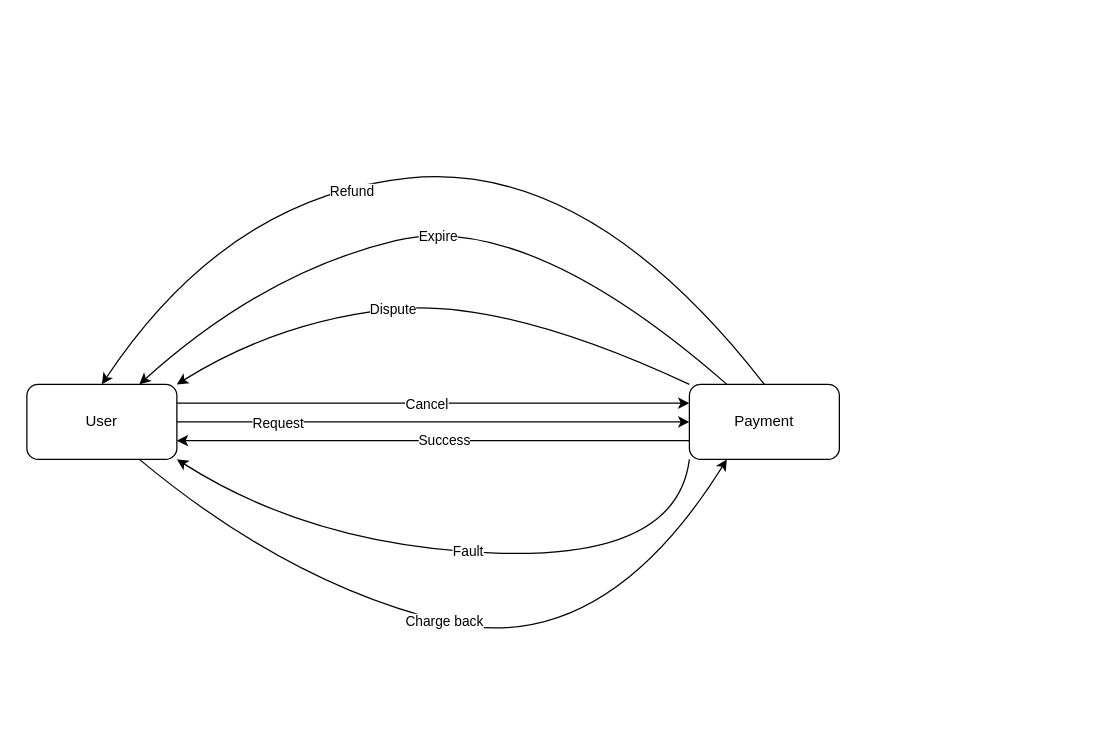
Earlier version of the draw.io diagram payment.drawio (ntrong2009/diagrams). Source tidied: cells renumbered, new cells numbered last; positions are measured from the earlier drawing's top-left corner, leaving out a move shared by most shapes. Both pictures are drawn from the tidied source at 125%, with x=0, y=0 at pixel (26, 159).
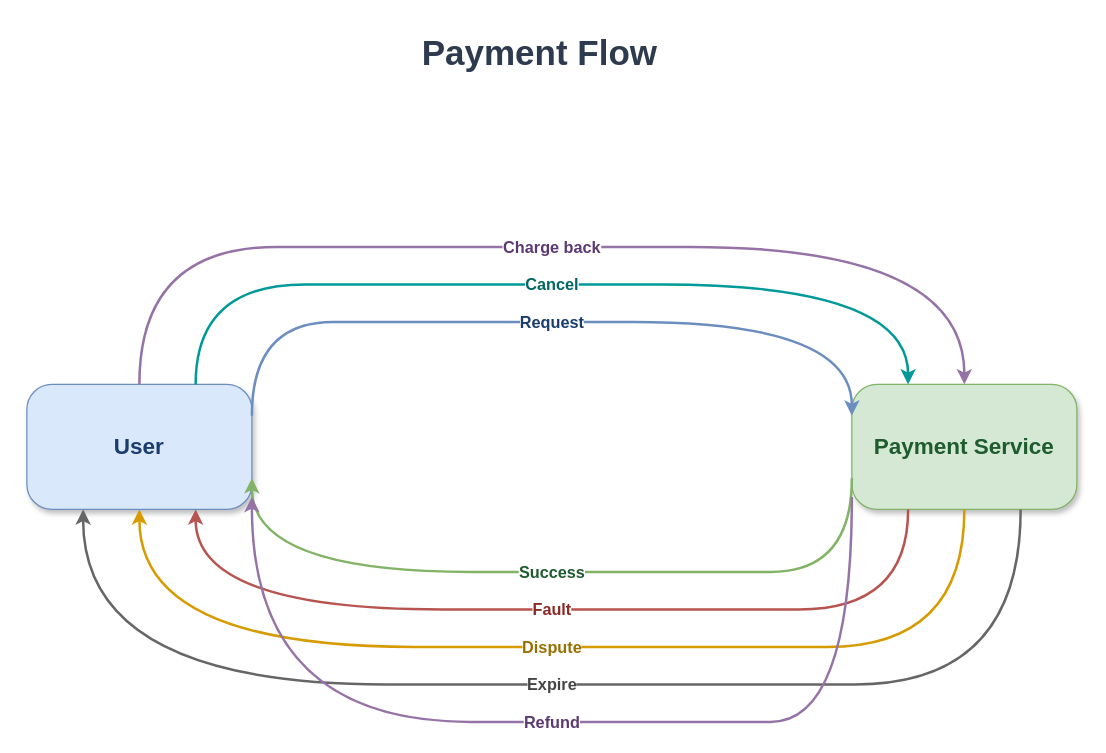
Above is the later version.

What changed in the source:
```diff
@@
-    <mxCell id="2" value="Payment" style="rounded=1;whiteSpace=wrap;html=1;" parent="1" vertex="1">
-      <mxGeometry x="530" y="180" width="120" height="60" as="geometry" />
-    </mxCell>
+    <mxCell id="19" value="Payment Flow" style="text;html=1;fontSize=28;fontStyle=1;align=center;verticalAlign=middle;fontColor=#2E3B4E;" parent="1" vertex="1">
+      <mxGeometry x="250" y="-110" width="320" height="50" as="geometry" />
+    </mxCell>
-    <mxCell id="3" value="User" style="rounded=1;whiteSpace=wrap;html=1;" parent="1" vertex="1">
-      <mxGeometry y="180" width="120" height="60" as="geometry" />
+    <mxCell id="3" value="&lt;b&gt;User&lt;/b&gt;" style="rounded=1;whiteSpace=wrap;html=1;fillColor=#dae8fc;strokeColor=#6c8ebf;fontSize=18;fontColor=#1A3C6E;shadow=1;arcSize=20;verticalAlign=middle;" parent="1" vertex="1">
+      <mxGeometry y="180" width="180" height="100" as="geometry" />
     </mxCell>
-    <mxCell id="4" style="endArrow=classic;html=1;exitX=1;exitY=0.5;exitDx=0;exitDy=0;entryX=0;entryY=0.5;entryDx=0;entryDy=0;" parent="1" edge="1" source="3" target="2">
-      <mxGeometry relative="1" as="geometry" />
-    </mxCell>
+    <mxCell id="20" value="&lt;b&gt;Payment Service&lt;/b&gt;" style="rounded=1;whiteSpace=wrap;html=1;fillColor=#d5e8d4;strokeColor=#82b366;fontSize=18;fontColor=#1E5B2E;shadow=1;arcSize=20;verticalAlign=middle;" parent="1" vertex="1">
+      <mxGeometry x="660" y="180" width="180" height="100" as="geometry" />
+    </mxCell>
-    <mxCell id="5" value="Request" style="edgeLabel;html=1;align=center;verticalAlign=middle;" parent="4" vertex="1">
-      <mxGeometry x="-0.61" relative="1" as="geometry" />
+    <mxCell id="5" value="Request" style="edgeStyle=orthogonalEdgeStyle;curved=1;rounded=1;html=1;endArrow=classic;strokeColor=#6c8ebf;strokeWidth=2;fontSize=13;fontStyle=1;fontColor=#1A3C6E;labelBackgroundColor=#FFFFFF;exitX=1;exitY=0.25;exitDx=0;exitDy=0;entryX=0;entryY=0.25;entryDx=0;entryDy=0;" parent="1" edge="1" source="3" target="20">
+      <mxGeometry relative="1" as="geometry">
+        <Array as="points">
+          <mxPoint x="310" y="130" />
+          <mxPoint x="530" y="130" />
+        </Array>
+      </mxGeometry>
     </mxCell>
-    <mxCell id="6" style="curved=1;endArrow=classic;html=1;exitX=0;exitY=1;exitDx=0;exitDy=0;entryX=1;entryY=1;entryDx=0;entryDy=0;" parent="1" edge="1" source="2" target="3">
-      <mxGeometry relative="1" as="geometry">
-        <Array as="points">
-          <mxPoint x="520" y="320" />
-          <mxPoint x="230" y="310" />
-        </Array>
-      </mxGeometry>
-    </mxCell>
+    <mxCell id="15" value="Cancel" style="edgeStyle=orthogonalEdgeStyle;curved=1;rounded=1;html=1;endArrow=classic;strokeColor=#009999;strokeWidth=2;fontSize=13;fontStyle=1;fontColor=#006666;labelBackgroundColor=#FFFFFF;exitX=0.75;exitY=0;exitDx=0;exitDy=0;entryX=0.25;entryY=0;entryDx=0;entryDy=0;" parent="1" edge="1" source="3" target="20">
+      <mxGeometry relative="1" as="geometry">
+        <Array as="points">
+          <mxPoint x="310" y="100" />
+          <mxPoint x="530" y="100" />
+        </Array>
+      </mxGeometry>
+    </mxCell>
+    <mxCell id="17" value="Charge back" style="edgeStyle=orthogonalEdgeStyle;curved=1;rounded=1;html=1;endArrow=classic;strokeColor=#9673a6;strokeWidth=2;fontSize=13;fontStyle=1;fontColor=#5B3A73;labelBackgroundColor=#FFFFFF;exitX=0.5;exitY=0;exitDx=0;exitDy=0;entryX=0.5;entryY=0;entryDx=0;entryDy=0;" parent="1" edge="1" source="3" target="20">
+      <mxGeometry relative="1" as="geometry">
+        <Array as="points">
+          <mxPoint x="310" y="70" />
+          <mxPoint x="530" y="70" />
+        </Array>
+      </mxGeometry>
+    </mxCell>
+    <mxCell id="9" value="Success" style="edgeStyle=orthogonalEdgeStyle;curved=1;rounded=1;html=1;endArrow=classic;strokeColor=#82b366;strokeWidth=2;fontSize=13;fontStyle=1;fontColor=#1E5B2E;labelBackgroundColor=#FFFFFF;exitX=0;exitY=0.75;exitDx=0;exitDy=0;entryX=1;entryY=0.75;entryDx=0;entryDy=0;" parent="1" edge="1" source="20" target="3">
+      <mxGeometry relative="1" as="geometry">
+        <Array as="points">
+          <mxPoint x="530" y="330" />
+          <mxPoint x="310" y="330" />
+        </Array>
+      </mxGeometry>
+    </mxCell>
-    <mxCell id="7" value="Fault" style="edgeLabel;html=1;align=center;verticalAlign=middle;" parent="6" vertex="1">
-      <mxGeometry x="-0.01" y="-1" relative="1" as="geometry" />
+    <mxCell id="7" value="Fault" style="edgeStyle=orthogonalEdgeStyle;curved=1;rounded=1;html=1;endArrow=classic;strokeColor=#b85450;strokeWidth=2;fontSize=13;fontStyle=1;fontColor=#8A2A26;labelBackgroundColor=#FFFFFF;exitX=0.25;exitY=1;exitDx=0;exitDy=0;entryX=0.75;entryY=1;entryDx=0;entryDy=0;" parent="1" edge="1" source="20" target="3">
+      <mxGeometry relative="1" as="geometry">
+        <Array as="points">
+          <mxPoint x="530" y="360" />
+          <mxPoint x="310" y="360" />
+        </Array>
+      </mxGeometry>
     </mxCell>
-    <mxCell id="8" style="endArrow=classic;html=1;exitX=0;exitY=0.75;exitDx=0;exitDy=0;entryX=1;entryY=0.75;entryDx=0;entryDy=0;" parent="1" edge="1" source="2" target="3">
-      <mxGeometry relative="1" as="geometry" />
-    </mxCell>
-    <mxCell id="9" value="Success" style="edgeLabel;html=1;align=center;verticalAlign=middle;" parent="8" vertex="1">
-      <mxGeometry x="-0.04" y="-1" relative="1" as="geometry" />
-    </mxCell>
-    <mxCell id="10" style="curved=1;endArrow=classic;html=1;exitX=0;exitY=0;exitDx=0;exitDy=0;entryX=1;entryY=0;entryDx=0;entryDy=0;" parent="1" edge="1" source="2" target="3">
-      <mxGeometry relative="1" as="geometry">
-        <Array as="points">
-          <mxPoint x="380" y="110" />
-          <mxPoint x="200" y="130" />
-        </Array>
-      </mxGeometry>
-    </mxCell>
-    <mxCell id="11" value="Dispute" style="edgeLabel;html=1;align=center;verticalAlign=middle;" parent="10" vertex="1">
-      <mxGeometry x="0.15" relative="1" as="geometry" />
+    <mxCell id="11" value="Dispute" style="edgeStyle=orthogonalEdgeStyle;curved=1;rounded=1;html=1;endArrow=classic;strokeColor=#d79b00;strokeWidth=2;fontSize=13;fontStyle=1;fontColor=#9A6F00;labelBackgroundColor=#FFFFFF;exitX=0.5;exitY=1;exitDx=0;exitDy=0;entryX=0.5;entryY=1;entryDx=0;entryDy=0;" parent="1" edge="1" source="20" target="3">
+      <mxGeometry relative="1" as="geometry">
+        <Array as="points">
+          <mxPoint x="530" y="390" />
+          <mxPoint x="310" y="390" />
+        </Array>
+      </mxGeometry>
     </mxCell>
-    <mxCell id="12" style="curved=1;endArrow=classic;html=1;exitX=0.25;exitY=0;exitDx=0;exitDy=0;entryX=0.75;entryY=0;entryDx=0;entryDy=0;" parent="1" edge="1" source="2" target="3">
-      <mxGeometry relative="1" as="geometry">
-        <Array as="points">
-          <mxPoint x="400" y="40" />
-          <mxPoint x="190" y="90" />
-        </Array>
-      </mxGeometry>
-    </mxCell>
-    <mxCell id="13" value="Expire" style="edgeLabel;html=1;align=center;verticalAlign=middle;" parent="12" vertex="1">
-      <mxGeometry x="0.02" y="4" relative="1" as="geometry" />
+    <mxCell id="13" value="Expire" style="edgeStyle=orthogonalEdgeStyle;curved=1;rounded=1;html=1;endArrow=classic;strokeColor=#666666;strokeWidth=2;fontSize=13;fontStyle=1;fontColor=#444444;labelBackgroundColor=#FFFFFF;exitX=0.75;exitY=1;exitDx=0;exitDy=0;entryX=0.25;entryY=1;entryDx=0;entryDy=0;" parent="1" edge="1" source="20" target="3">
+      <mxGeometry relative="1" as="geometry">
+        <Array as="points">
+          <mxPoint x="530" y="420" />
+          <mxPoint x="310" y="420" />
+        </Array>
+      </mxGeometry>
     </mxCell>
-    <mxCell id="14" style="endArrow=classic;html=1;exitX=1;exitY=0.25;exitDx=0;exitDy=0;entryX=0;entryY=0.25;entryDx=0;entryDy=0;" parent="1" edge="1" source="3" target="2">
-      <mxGeometry relative="1" as="geometry" />
-    </mxCell>
-    <mxCell id="15" value="Cancel" style="edgeLabel;html=1;align=center;verticalAlign=middle;" parent="14" vertex="1">
-      <mxGeometry x="-0.03" relative="1" as="geometry" />
-    </mxCell>
-    <mxCell id="16" style="curved=1;endArrow=classic;html=1;exitX=0.75;exitY=1;exitDx=0;exitDy=0;entryX=0.25;entryY=1;entryDx=0;entryDy=0;" parent="1" edge="1" source="3" target="2">
-      <mxGeometry relative="1" as="geometry">
-        <Array as="points">
-          <mxPoint x="210" y="340" />
-          <mxPoint x="460" y="400" />
-        </Array>
-      </mxGeometry>
-    </mxCell>
-    <mxCell id="17" value="Charge back" style="edgeLabel;html=1;align=center;verticalAlign=middle;" parent="16" vertex="1">
-      <mxGeometry x="-0.06" relative="1" as="geometry" />
-    </mxCell>
-    <mxCell id="18" style="curved=1;endArrow=classic;html=1;exitX=0.5;exitY=0;exitDx=0;exitDy=0;entryX=0.5;entryY=0;entryDx=0;entryDy=0;" parent="1" edge="1" source="2" target="3">
-      <mxGeometry relative="1" as="geometry">
-        <Array as="points">
-          <mxPoint x="450" />
-          <mxPoint x="160" y="30" />
-        </Array>
-      </mxGeometry>
-    </mxCell>
-    <mxCell id="19" value="Refund" style="edgeLabel;html=1;align=center;verticalAlign=middle;" parent="18" vertex="1">
-      <mxGeometry x="0.2" y="6" relative="1" as="geometry" />
-    </mxCell>
+    <mxCell id="21" value="Refund" style="edgeStyle=orthogonalEdgeStyle;curved=1;rounded=1;html=1;endArrow=classic;strokeColor=#9673a6;strokeWidth=2;fontSize=13;fontStyle=1;fontColor=#5B3A73;labelBackgroundColor=#FFFFFF;exitX=0;exitY=0.9;exitDx=0;exitDy=0;entryX=1;entryY=0.9;entryDx=0;entryDy=0;" parent="1" edge="1" source="20" target="3">
+      <mxGeometry relative="1" as="geometry">
+        <Array as="points">
+          <mxPoint x="530" y="450" />
+          <mxPoint x="310" y="450" />
+        </Array>
+      </mxGeometry>
+    </mxCell>
```
